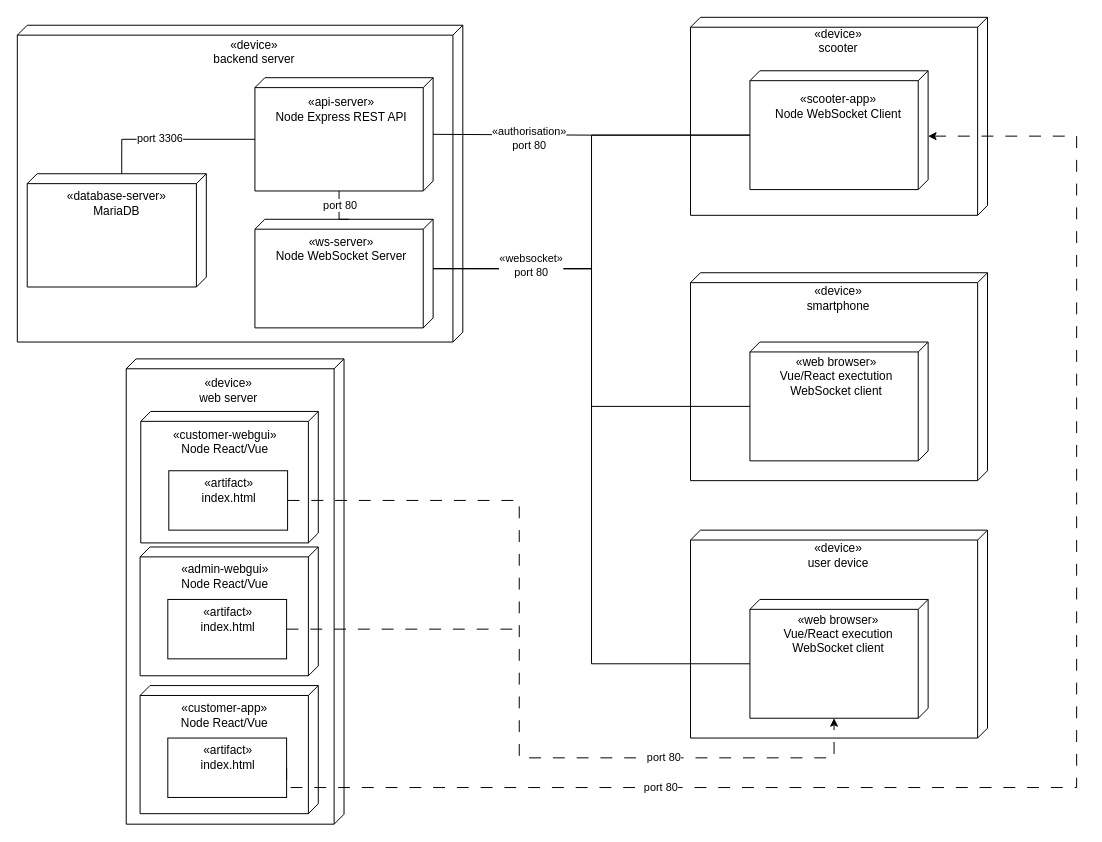
Above: deployment-diagram.drawio in best-scooter/sds (draw.io), before the change. Source tidied: cells renumbered, new cells numbered last; positions are measured from the earlier drawing's top-left corner, leaving out a move shared by most shapes. Both pictures are drawn from the tidied source at 99%, with x=0, y=0 at pixel (17, 17).
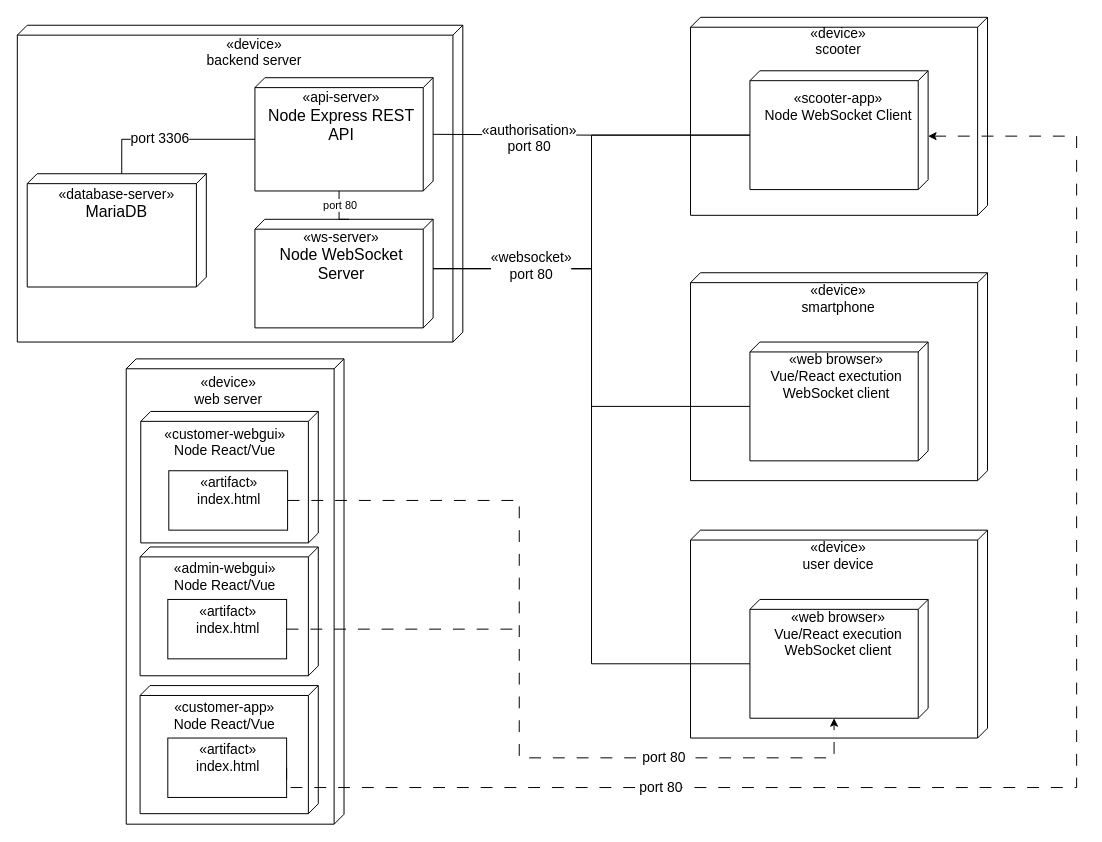
Above is the later version.

The change refers to these unchanged cells:
```xml
<mxCell id="6" style="group;" parent="1" vertex="1">
  <mxGeometry x="110" y="355" width="480" height="460" as="geometry" />
</mxCell>
<mxCell id="23" style="group;" parent="1" vertex="1">
  <mxGeometry y="8" width="480" height="350" as="geometry" />
</mxCell>
<mxCell id="34" style="edgeStyle=orthogonalEdgeStyle;rounded=0;jettySize=auto;html=1;exitX=0;exitY=0;exitDx=62.185;exitDy=180;exitPerimeter=0;entryX=0;entryY=0;entryDx=0;entryDy=85.435;entryPerimeter=0;endArrow=none;endFill=0;" parent="23" edge="1" source="27" target="26">
  <mxGeometry relative="1" as="geometry" />
</mxCell>
<mxCell id="46" style="edgeStyle=orthogonalEdgeStyle;rounded=0;jettySize=auto;html=1;exitX=0;exitY=0;exitDx=65;exitDy=180;exitPerimeter=0;entryX=0;entryY=0;entryDx=49.85;entryDy=0;entryPerimeter=0;startArrow=none;startFill=0;endArrow=none;endFill=0;" parent="1" edge="1" source="39" target="25">
  <mxGeometry relative="1" as="geometry" />
</mxCell>
<mxCell id="48" style="edgeStyle=orthogonalEdgeStyle;rounded=0;jettySize=auto;html=1;exitX=0;exitY=0;exitDx=65;exitDy=180;exitPerimeter=0;endArrow=none;endFill=0;" parent="1" edge="1" source="4" target="27">
  <mxGeometry relative="1" as="geometry" />
</mxCell>
<mxCell id="50" style="edgeStyle=orthogonalEdgeStyle;rounded=0;jettySize=auto;html=1;exitX=1;exitY=0.5;exitDx=0;exitDy=0;entryX=0;entryY=0;entryDx=120;entryDy=95;entryPerimeter=0;dashed=1;dashPattern=12 12;" parent="1" edge="1" source="17" target="39">
  <mxGeometry relative="1" as="geometry">
    <Array as="points">
      <mxPoint x="507" y="488" />
      <mxPoint x="507" y="748" />
      <mxPoint x="825" y="748" />
    </Array>
  </mxGeometry>
</mxCell>
<mxCell id="53" style="edgeStyle=orthogonalEdgeStyle;rounded=0;jettySize=auto;html=1;exitX=1;exitY=0.5;exitDx=0;exitDy=0;dashed=1;dashPattern=12 12;" parent="1" edge="1" source="21" target="4">
  <mxGeometry relative="1" as="geometry">
    <Array as="points">
      <mxPoint x="272" y="778" />
      <mxPoint x="1070" y="778" />
      <mxPoint x="1070" y="120" />
    </Array>
  </mxGeometry>
</mxCell>
```

Diff of the diagram source:
```diff
@@
-    <mxCell id="7" style="group;" parent="6" vertex="1">
+    <mxCell id="7" style="group;fontSize=14;" parent="6" vertex="1">
       <mxGeometry y="-10" width="237.3" height="470" as="geometry" />
     </mxCell>
-    <mxCell id="8" style="verticalAlign=top;align=left;spacingTop=8;spacingLeft=2;spacingRight=12;shape=cube;size=10;direction=south;fontStyle=4;html=1;whiteSpace=wrap;" parent="7" vertex="1">
+    <mxCell id="8" style="verticalAlign=top;align=left;spacingTop=8;spacingLeft=2;spacingRight=12;shape=cube;size=10;direction=south;fontStyle=4;html=1;whiteSpace=wrap;fontSize=14;" parent="7" vertex="1">
       <mxGeometry width="220" height="470" as="geometry" />
     </mxCell>
-    <mxCell id="9" style="verticalAlign=top;align=left;spacingTop=8;spacingLeft=2;spacingRight=12;shape=cube;size=10;direction=south;fontStyle=4;html=1;whiteSpace=wrap;" parent="7" vertex="1">
+    <mxCell id="9" style="verticalAlign=top;align=left;spacingTop=8;spacingLeft=2;spacingRight=12;shape=cube;size=10;direction=south;fontStyle=4;html=1;whiteSpace=wrap;fontSize=14;" parent="7" vertex="1">
       <mxGeometry x="14.7" y="53.1" width="179.3" height="132.8" as="geometry" />
     </mxCell>
-    <mxCell id="10" value="«device»&lt;div&gt;web server&lt;/div&gt;" style="text;html=1;strokeColor=none;fillColor=none;align=center;verticalAlign=middle;whiteSpace=wrap;rounded=0;" parent="7" vertex="1">
+    <mxCell id="10" value="«device»&lt;div style=&quot;font-size: 14px;&quot;&gt;web server&lt;/div&gt;" style="text;html=1;strokeColor=none;fillColor=none;align=center;verticalAlign=middle;whiteSpace=wrap;rounded=0;fontSize=14;" parent="7" vertex="1">
       <mxGeometry x="25.8" y="10" width="155.1" height="43.1" as="geometry" />
     </mxCell>
-    <mxCell id="11" style="group;" parent="7" vertex="1">
+    <mxCell id="11" style="group;fontSize=14;" parent="7" vertex="1">
       <mxGeometry x="7.3" y="283.1" width="230" height="172.5" as="geometry" />
     </mxCell>
-    <mxCell id="12" style="verticalAlign=top;align=left;spacingTop=8;spacingLeft=2;spacingRight=12;shape=cube;size=10;direction=south;fontStyle=4;html=1;whiteSpace=wrap;" parent="7" vertex="1">
+    <mxCell id="12" style="verticalAlign=top;align=left;spacingTop=8;spacingLeft=2;spacingRight=12;shape=cube;size=10;direction=south;fontStyle=4;html=1;whiteSpace=wrap;fontSize=14;" parent="7" vertex="1">
       <mxGeometry x="14" y="330" width="180" height="129.4" as="geometry" />
     </mxCell>
-    <mxCell id="13" value="«customer-app»&lt;div&gt;Node React/Vue&lt;br&gt;&lt;/div&gt;" style="text;html=1;strokeColor=none;fillColor=none;align=center;verticalAlign=middle;whiteSpace=wrap;rounded=0;" parent="7" vertex="1">
+    <mxCell id="13" value="«customer-app»&lt;div style=&quot;font-size: 14px;&quot;&gt;Node React/Vue&lt;br style=&quot;font-size: 14px;&quot;&gt;&lt;/div&gt;" style="text;html=1;strokeColor=none;fillColor=none;align=center;verticalAlign=middle;whiteSpace=wrap;rounded=0;fontSize=14;" parent="7" vertex="1">
       <mxGeometry x="22.4" y="340" width="155.1" height="40" as="geometry" />
     </mxCell>
-    <mxCell id="14" style="verticalAlign=top;align=left;spacingTop=8;spacingLeft=2;spacingRight=12;shape=cube;size=10;direction=south;fontStyle=4;html=1;whiteSpace=wrap;" parent="7" vertex="1">
+    <mxCell id="14" style="verticalAlign=top;align=left;spacingTop=8;spacingLeft=2;spacingRight=12;shape=cube;size=10;direction=south;fontStyle=4;html=1;whiteSpace=wrap;fontSize=14;" parent="7" vertex="1">
       <mxGeometry x="14" y="190" width="180" height="130.1" as="geometry" />
     </mxCell>
-    <mxCell id="15" value="«admin-webgui»&lt;div&gt;Node React/Vue&lt;br&gt;&lt;/div&gt;" style="text;html=1;strokeColor=none;fillColor=none;align=center;verticalAlign=middle;whiteSpace=wrap;rounded=0;" parent="7" vertex="1">
+    <mxCell id="15" value="«admin-webgui»&lt;div style=&quot;font-size: 14px;&quot;&gt;Node React/Vue&lt;br style=&quot;font-size: 14px;&quot;&gt;&lt;/div&gt;" style="text;html=1;strokeColor=none;fillColor=none;align=center;verticalAlign=middle;whiteSpace=wrap;rounded=0;fontSize=14;" parent="7" vertex="1">
       <mxGeometry x="36.3" y="200" width="128.1" height="40" as="geometry" />
     </mxCell>
-    <mxCell id="16" value="«customer-webgui»&lt;div&gt;Node React/Vue&lt;br&gt;&lt;/div&gt;" style="text;html=1;strokeColor=none;fillColor=none;align=center;verticalAlign=middle;whiteSpace=wrap;rounded=0;" parent="7" vertex="1">
+    <mxCell id="16" value="«customer-webgui»&lt;div style=&quot;font-size: 14px;&quot;&gt;Node React/Vue&lt;br style=&quot;font-size: 14px;&quot;&gt;&lt;/div&gt;" style="text;html=1;strokeColor=none;fillColor=none;align=center;verticalAlign=middle;whiteSpace=wrap;rounded=0;fontSize=14;" parent="7" vertex="1">
       <mxGeometry x="31.8" y="64" width="136.4" height="40" as="geometry" />
     </mxCell>
-    <mxCell id="17" style="rounded=0;whiteSpace=wrap;html=1;" parent="7" vertex="1">
+    <mxCell id="17" style="rounded=0;whiteSpace=wrap;html=1;fontSize=14;" parent="7" vertex="1">
       <mxGeometry x="43" y="113" width="120" height="60" as="geometry" />
     </mxCell>
-    <mxCell id="18" value="«artifact»&lt;div&gt;index.html&lt;br&gt;&lt;/div&gt;" style="text;html=1;strokeColor=none;fillColor=none;align=center;verticalAlign=middle;whiteSpace=wrap;rounded=0;" parent="7" vertex="1">
+    <mxCell id="18" value="«artifact»&lt;div style=&quot;font-size: 14px;&quot;&gt;index.html&lt;br style=&quot;font-size: 14px;&quot;&gt;&lt;/div&gt;" style="text;html=1;strokeColor=none;fillColor=none;align=center;verticalAlign=middle;whiteSpace=wrap;rounded=0;fontSize=14;" parent="7" vertex="1">
       <mxGeometry x="35.8" y="113" width="136.4" height="40" as="geometry" />
     </mxCell>
-    <mxCell id="19" style="rounded=0;whiteSpace=wrap;html=1;" parent="7" vertex="1">
+    <mxCell id="19" style="rounded=0;whiteSpace=wrap;html=1;fontSize=14;" parent="7" vertex="1">
       <mxGeometry x="42" y="243" width="120" height="60" as="geometry" />
     </mxCell>
-    <mxCell id="20" value="«artifact»&lt;div&gt;index.html&lt;br&gt;&lt;/div&gt;" style="text;html=1;strokeColor=none;fillColor=none;align=center;verticalAlign=middle;whiteSpace=wrap;rounded=0;" parent="7" vertex="1">
+    <mxCell id="20" value="«artifact»&lt;div style=&quot;font-size: 14px;&quot;&gt;index.html&lt;br style=&quot;font-size: 14px;&quot;&gt;&lt;/div&gt;" style="text;html=1;strokeColor=none;fillColor=none;align=center;verticalAlign=middle;whiteSpace=wrap;rounded=0;fontSize=14;" parent="7" vertex="1">
       <mxGeometry x="34.8" y="243" width="136.4" height="40" as="geometry" />
     </mxCell>
-    <mxCell id="21" style="rounded=0;whiteSpace=wrap;html=1;" parent="7" vertex="1">
+    <mxCell id="21" style="rounded=0;whiteSpace=wrap;html=1;fontSize=14;" parent="7" vertex="1">
       <mxGeometry x="42" y="383" width="120" height="60" as="geometry" />
     </mxCell>
-    <mxCell id="22" value="«artifact»&lt;div&gt;index.html&lt;br&gt;&lt;/div&gt;" style="text;html=1;strokeColor=none;fillColor=none;align=center;verticalAlign=middle;whiteSpace=wrap;rounded=0;" parent="7" vertex="1">
+    <mxCell id="22" value="«artifact»&lt;div style=&quot;font-size: 14px;&quot;&gt;index.html&lt;br style=&quot;font-size: 14px;&quot;&gt;&lt;/div&gt;" style="text;html=1;strokeColor=none;fillColor=none;align=center;verticalAlign=middle;whiteSpace=wrap;rounded=0;fontSize=14;" parent="7" vertex="1">
       <mxGeometry x="34.8" y="383" width="136.4" height="40" as="geometry" />
     </mxCell>
@@
-    <mxCell id="28" value="«device»&lt;div&gt;backend server&lt;/div&gt;" style="text;html=1;strokeColor=none;fillColor=none;align=center;verticalAlign=middle;whiteSpace=wrap;rounded=0;" parent="23" vertex="1">
+    <mxCell id="28" value="«device»&lt;div style=&quot;font-size: 14px;&quot;&gt;backend server&lt;/div&gt;" style="text;html=1;strokeColor=none;fillColor=none;align=center;verticalAlign=middle;whiteSpace=wrap;rounded=0;fontSize=14;" parent="23" vertex="1">
       <mxGeometry x="162.4" y="10.9" width="155.1" height="32.8" as="geometry" />
     </mxCell>
-    <mxCell id="29" value="«database-server»&lt;div&gt;MariaDB&lt;br&gt;&lt;/div&gt;" style="text;html=1;strokeColor=none;fillColor=none;align=center;verticalAlign=middle;whiteSpace=wrap;rounded=0;" parent="23" vertex="1">
+    <mxCell id="29" value="&lt;font style=&quot;font-size: 14px;&quot;&gt;«database-server»&lt;/font&gt;&lt;div&gt;&lt;font size=&quot;3&quot;&gt;MariaDB&lt;br&gt;&lt;/font&gt;&lt;/div&gt;" style="text;html=1;strokeColor=none;fillColor=none;align=center;verticalAlign=middle;whiteSpace=wrap;rounded=0;" parent="23" vertex="1">
       <mxGeometry x="22.9" y="160" width="155.1" height="40" as="geometry" />
     </mxCell>
-    <mxCell id="30" value="«ws-server»&lt;div&gt;Node WebSocket Server&lt;br&gt;&lt;/div&gt;" style="text;html=1;strokeColor=none;fillColor=none;align=center;verticalAlign=middle;whiteSpace=wrap;rounded=0;" parent="23" vertex="1">
-      <mxGeometry x="249.5" y="206" width="155.1" height="40" as="geometry" />
+    <mxCell id="30" value="&lt;font style=&quot;font-size: 14px;&quot;&gt;«ws-server»&lt;/font&gt;&lt;div&gt;&lt;font size=&quot;3&quot;&gt;Node WebSocket Server&lt;br&gt;&lt;/font&gt;&lt;/div&gt;" style="text;html=1;strokeColor=none;fillColor=none;align=center;verticalAlign=middle;whiteSpace=wrap;rounded=0;" parent="23" vertex="1">
+      <mxGeometry x="249.5" y="206" width="155.1" height="54" as="geometry" />
     </mxCell>
-    <mxCell id="31" value="«api-server»&lt;div&gt;Node Express REST API&lt;br&gt;&lt;/div&gt;" style="text;html=1;strokeColor=none;fillColor=none;align=center;verticalAlign=middle;whiteSpace=wrap;rounded=0;" parent="23" vertex="1">
-      <mxGeometry x="250.4" y="63" width="155.1" height="44.4" as="geometry" />
+    <mxCell id="31" value="&lt;font style=&quot;font-size: 14px;&quot;&gt;«api-server»&lt;/font&gt;&lt;div&gt;&lt;font size=&quot;3&quot;&gt;Node Express REST API&lt;br&gt;&lt;/font&gt;&lt;/div&gt;" style="text;html=1;strokeColor=none;fillColor=none;align=center;verticalAlign=middle;whiteSpace=wrap;rounded=0;" parent="23" vertex="1">
+      <mxGeometry x="250.4" y="63" width="155.1" height="57" as="geometry" />
     </mxCell>
@@
-    <mxCell id="35" value="port 3306" style="edgeLabel;html=1;align=center;verticalAlign=middle;" parent="34" vertex="1">
+    <mxCell id="35" value="port 3306" style="edgeLabel;html=1;align=center;verticalAlign=middle;fontSize=14;" parent="34" vertex="1">
       <mxGeometry x="0.15" y="1" relative="1" as="geometry">
         <mxPoint y="-3" as="offset" />
       </mxGeometry>
     </mxCell>
-    <mxCell id="36" value="&lt;div&gt;«device»&lt;/div&gt;&lt;div&gt;smartphone&lt;br&gt;&lt;/div&gt;" style="text;html=1;strokeColor=none;fillColor=none;align=center;verticalAlign=middle;whiteSpace=wrap;rounded=0;" parent="1" vertex="1">
+    <mxCell id="36" value="&lt;div style=&quot;font-size: 14px;&quot;&gt;«device»&lt;/div&gt;&lt;div style=&quot;font-size: 14px;&quot;&gt;smartphone&lt;br style=&quot;font-size: 14px;&quot;&gt;&lt;/div&gt;" style="text;html=1;strokeColor=none;fillColor=none;align=center;verticalAlign=middle;whiteSpace=wrap;rounded=0;fontSize=14;" parent="1" vertex="1">
       <mxGeometry x="752.4" y="268" width="155.1" height="32.8" as="geometry" />
     </mxCell>
-    <mxCell id="37" value="«device»&lt;div&gt;scooter&lt;/div&gt;" style="text;html=1;strokeColor=none;fillColor=none;align=center;verticalAlign=middle;whiteSpace=wrap;rounded=0;" parent="1" vertex="1">
+    <mxCell id="37" value="«device»&lt;div style=&quot;font-size: 14px;&quot;&gt;scooter&lt;/div&gt;" style="text;html=1;strokeColor=none;fillColor=none;align=center;verticalAlign=middle;whiteSpace=wrap;rounded=0;fontSize=14;" parent="1" vertex="1">
       <mxGeometry x="752.4" y="8" width="155.1" height="32.8" as="geometry" />
     </mxCell>
@@
-    <mxCell id="40" value="&lt;div&gt;«device»&lt;/div&gt;&lt;div&gt;user device&lt;br&gt;&lt;/div&gt;" style="text;html=1;strokeColor=none;fillColor=none;align=center;verticalAlign=middle;whiteSpace=wrap;rounded=0;" parent="1" vertex="1">
+    <mxCell id="40" value="&lt;div style=&quot;font-size: 14px;&quot;&gt;«device»&lt;/div&gt;&lt;div style=&quot;font-size: 14px;&quot;&gt;user device&lt;br style=&quot;font-size: 14px;&quot;&gt;&lt;/div&gt;" style="text;html=1;strokeColor=none;fillColor=none;align=center;verticalAlign=middle;whiteSpace=wrap;rounded=0;fontSize=14;" parent="1" vertex="1">
       <mxGeometry x="752.4" y="528" width="155.1" height="32.8" as="geometry" />
     </mxCell>
-    <mxCell id="41" value="&lt;div&gt;«web browser»&lt;/div&gt;&lt;div&gt;Vue/React execution&lt;/div&gt;&lt;div&gt;WebSocket client&lt;br&gt;&lt;/div&gt;" style="text;html=1;strokeColor=none;fillColor=none;align=center;verticalAlign=middle;whiteSpace=wrap;rounded=0;" parent="1" vertex="1">
+    <mxCell id="41" value="&lt;div style=&quot;font-size: 14px;&quot;&gt;«web browser»&lt;/div&gt;&lt;div style=&quot;font-size: 14px;&quot;&gt;Vue/React execution&lt;/div&gt;&lt;div style=&quot;font-size: 14px;&quot;&gt;WebSocket client&lt;br style=&quot;font-size: 14px;&quot;&gt;&lt;/div&gt;" style="text;html=1;strokeColor=none;fillColor=none;align=center;verticalAlign=middle;whiteSpace=wrap;rounded=0;fontSize=14;" parent="1" vertex="1">
       <mxGeometry x="752.4" y="598" width="155.1" height="50" as="geometry" />
     </mxCell>
-    <mxCell id="42" value="«scooter-app»&lt;div&gt;Node WebSocket Client&lt;br&gt;&lt;/div&gt;" style="text;html=1;strokeColor=none;fillColor=none;align=center;verticalAlign=middle;whiteSpace=wrap;rounded=0;" parent="1" vertex="1">
+    <mxCell id="42" value="«scooter-app»&lt;div style=&quot;font-size: 14px;&quot;&gt;Node WebSocket Client&lt;br style=&quot;font-size: 14px;&quot;&gt;&lt;/div&gt;" style="text;html=1;strokeColor=none;fillColor=none;align=center;verticalAlign=middle;whiteSpace=wrap;rounded=0;fontSize=14;" parent="1" vertex="1">
       <mxGeometry x="752.4" y="68" width="155.1" height="44.4" as="geometry" />
     </mxCell>
-    <mxCell id="43" value="«web browser»&lt;div&gt;Vue/React exectution&lt;br&gt;WebSocket client&lt;br&gt;&lt;/div&gt;" style="text;html=1;strokeColor=none;fillColor=none;align=center;verticalAlign=middle;whiteSpace=wrap;rounded=0;" parent="1" vertex="1">
+    <mxCell id="43" value="«web browser»&lt;div style=&quot;font-size: 14px;&quot;&gt;Vue/React exectution&lt;br style=&quot;font-size: 14px;&quot;&gt;WebSocket client&lt;br style=&quot;font-size: 14px;&quot;&gt;&lt;/div&gt;" style="text;html=1;strokeColor=none;fillColor=none;align=center;verticalAlign=middle;whiteSpace=wrap;rounded=0;fontSize=14;" parent="1" vertex="1">
       <mxGeometry x="750" y="338" width="155.1" height="50" as="geometry" />
     </mxCell>
@@
-    <mxCell id="47" value="&lt;div&gt;«websocket»&lt;/div&gt;&lt;div&gt;port 80&lt;/div&gt;" style="edgeLabel;html=1;align=center;verticalAlign=middle;" parent="46" vertex="1">
+    <mxCell id="47" value="&lt;div style=&quot;font-size: 14px;&quot;&gt;«websocket»&lt;/div&gt;&lt;div style=&quot;font-size: 14px;&quot;&gt;port 80&lt;/div&gt;" style="edgeLabel;html=1;align=center;verticalAlign=middle;fontSize=14;" parent="46" vertex="1">
       <mxGeometry x="0.7" y="-3" relative="1" as="geometry">
         <mxPoint x="-10" as="offset" />
       </mxGeometry>
     </mxCell>
@@
-    <mxCell id="49" value="&lt;div&gt;«authorisation»&lt;/div&gt;&lt;div&gt;port 80&lt;/div&gt;" style="edgeLabel;html=1;align=center;verticalAlign=middle;" parent="48" vertex="1">
+    <mxCell id="49" value="&lt;div style=&quot;font-size: 14px;&quot;&gt;«authorisation»&lt;/div&gt;&lt;div style=&quot;font-size: 14px;&quot;&gt;port 80&lt;/div&gt;" style="edgeLabel;html=1;align=center;verticalAlign=middle;fontSize=14;" parent="48" vertex="1">
       <mxGeometry x="0.5" y="3" relative="1" as="geometry">
         <mxPoint x="17" as="offset" />
       </mxGeometry>
     </mxCell>
@@
-    <mxCell id="51" value="port 80" style="edgeLabel;html=1;align=center;verticalAlign=middle;" parent="50" vertex="1">
+    <mxCell id="51" value="port 80" style="edgeLabel;html=1;align=center;verticalAlign=middle;fontSize=14;" parent="50" vertex="1">
       <mxGeometry x="0.5" y="2" relative="1" as="geometry">
         <mxPoint y="1" as="offset" />
       </mxGeometry>
     </mxCell>
@@
-    <mxCell id="54" value="&lt;div&gt;port 80&lt;/div&gt;" style="edgeLabel;html=1;align=center;verticalAlign=middle;" parent="53" vertex="1">
+    <mxCell id="54" value="&lt;div style=&quot;font-size: 14px;&quot;&gt;port 80&lt;/div&gt;" style="edgeLabel;html=1;align=center;verticalAlign=middle;fontSize=14;" parent="53" vertex="1">
       <mxGeometry x="-0.51" y="-3" relative="1" as="geometry">
         <mxPoint x="-1" y="-4" as="offset" />
       </mxGeometry>
     </mxCell>
```
